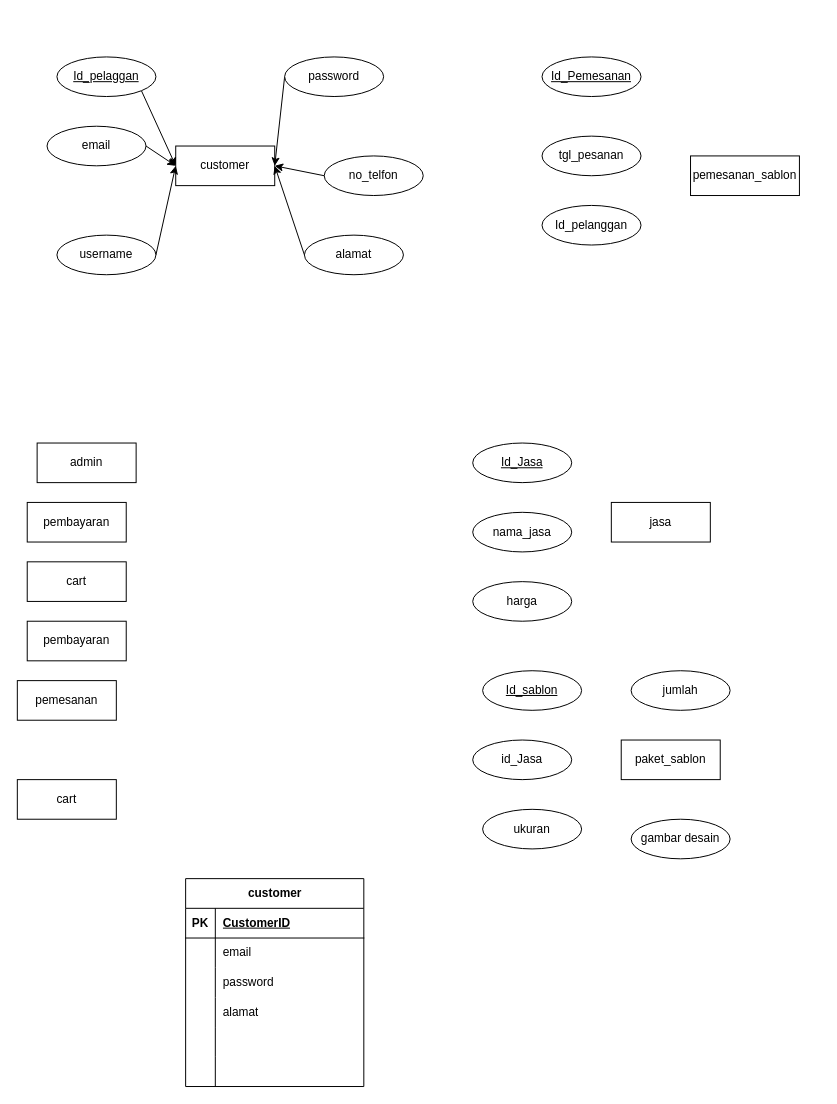
Before: ERD projek 1.drawio in zzarr/SC, a draw.io diagram. Source tidied: cells renumbered, new cells numbered last; positions are measured from the earlier drawing's top-left corner, leaving out a move shared by most shapes. Both pictures are drawn from the tidied source at 99%, with x=0, y=0 at pixel (17, 56).
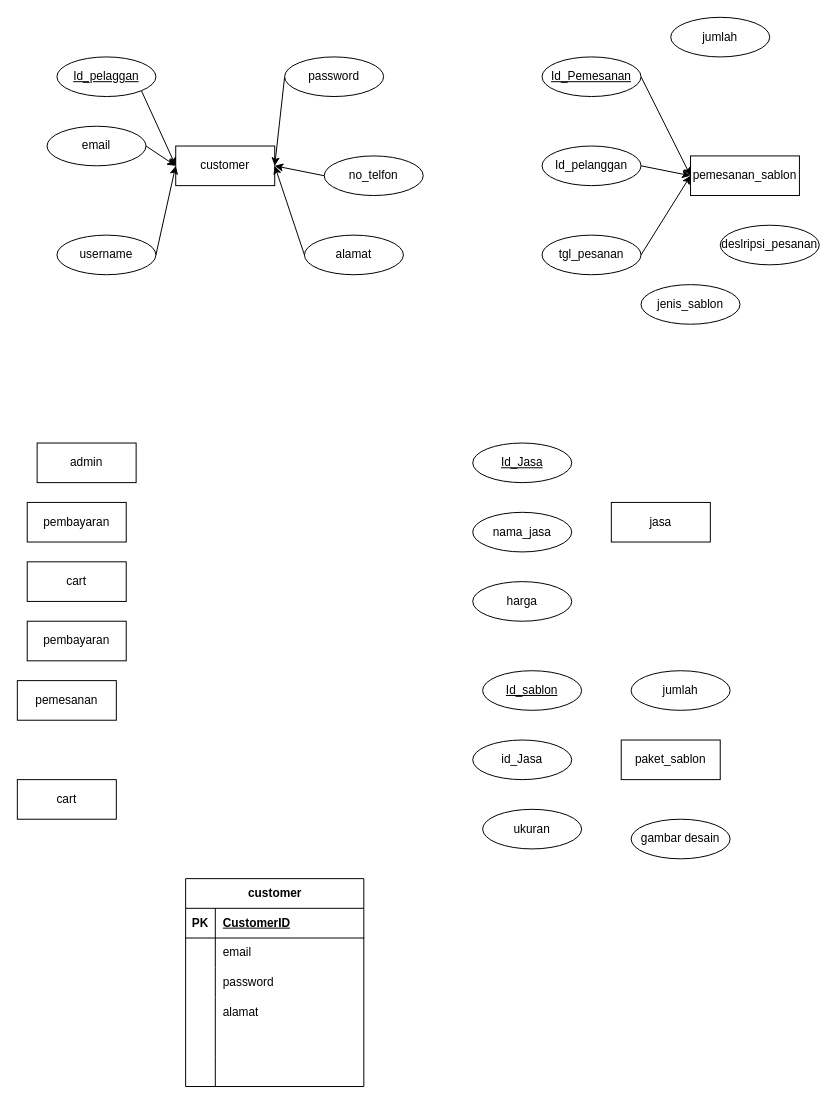
The same diagram, later.

Unchanged cells that the change refers to:
```xml
<mxCell id="6" value="pemesanan_sablon" style="whiteSpace=wrap;html=1;align=center;" parent="1" vertex="1">
  <mxGeometry x="680" y="100" width="110" height="40" as="geometry" />
</mxCell>
<mxCell id="42" value="Id_Pemesanan" style="ellipse;whiteSpace=wrap;html=1;align=center;fontStyle=4;" parent="1" vertex="1">
  <mxGeometry x="530" width="100" height="40" as="geometry" />
</mxCell>
```

What changed in the source:
```diff
@@
+    <mxCell id="54" style="rounded=0;jettySize=auto;html=1;exitX=1;exitY=0.5;exitDx=0;exitDy=0;entryX=0;entryY=0.5;entryDx=0;entryDy=0;" parent="1" edge="1" source="42" target="6">
+      <mxGeometry relative="1" as="geometry" />
+    </mxCell>
@@
+    <mxCell id="55" style="rounded=0;jettySize=auto;html=1;exitX=1;exitY=0.5;exitDx=0;exitDy=0;entryX=0;entryY=0.5;entryDx=0;entryDy=0;" parent="1" edge="1" source="43" target="6">
+      <mxGeometry relative="1" as="geometry" />
+    </mxCell>
     <mxCell id="43" value="tgl_pesanan" style="ellipse;whiteSpace=wrap;html=1;align=center;" parent="1" vertex="1">
-      <mxGeometry x="530" y="80" width="100" height="40" as="geometry" />
+      <mxGeometry x="530" y="180" width="100" height="40" as="geometry" />
     </mxCell>
+    <mxCell id="56" style="rounded=0;jettySize=auto;html=1;exitX=1;exitY=0.5;exitDx=0;exitDy=0;" parent="1" edge="1" source="44">
+      <mxGeometry relative="1" as="geometry">
+        <mxPoint x="680" y="120" as="targetPoint" />
+      </mxGeometry>
+    </mxCell>
     <mxCell id="44" value="Id_pelanggan" style="ellipse;whiteSpace=wrap;html=1;align=center;" parent="1" vertex="1">
-      <mxGeometry x="530" y="150" width="100" height="40" as="geometry" />
+      <mxGeometry x="530" y="90" width="100" height="40" as="geometry" />
     </mxCell>
@@
+    <mxCell id="57" value="jenis_sablon" style="ellipse;whiteSpace=wrap;html=1;align=center;" parent="1" vertex="1">
+      <mxGeometry x="630" y="230" width="100" height="40" as="geometry" />
+    </mxCell>
+    <mxCell id="58" value="jumlah" style="ellipse;whiteSpace=wrap;html=1;align=center;" parent="1" vertex="1">
+      <mxGeometry x="660" y="-40" width="100" height="40" as="geometry" />
+    </mxCell>
+    <mxCell id="59" value="deslripsi_pesanan" style="ellipse;whiteSpace=wrap;html=1;align=center;" parent="1" vertex="1">
+      <mxGeometry x="710" y="170" width="100" height="40" as="geometry" />
+    </mxCell>
```
